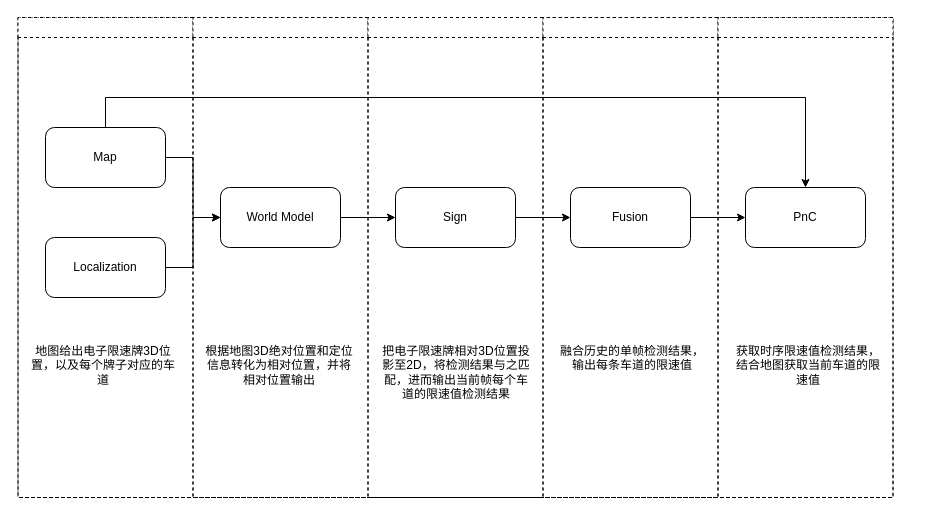
liziken/liziken.github.io keeps this draw.io diagram as electronic_sign.drawio. Above is the earlier version. Source tidied: cells renumbered, new cells numbered last; positions are measured from the earlier drawing's top-left corner, leaving out a move shared by most shapes. Both pictures are drawn from the tidied source at 100%, with x=0, y=0 at pixel (17, 17).
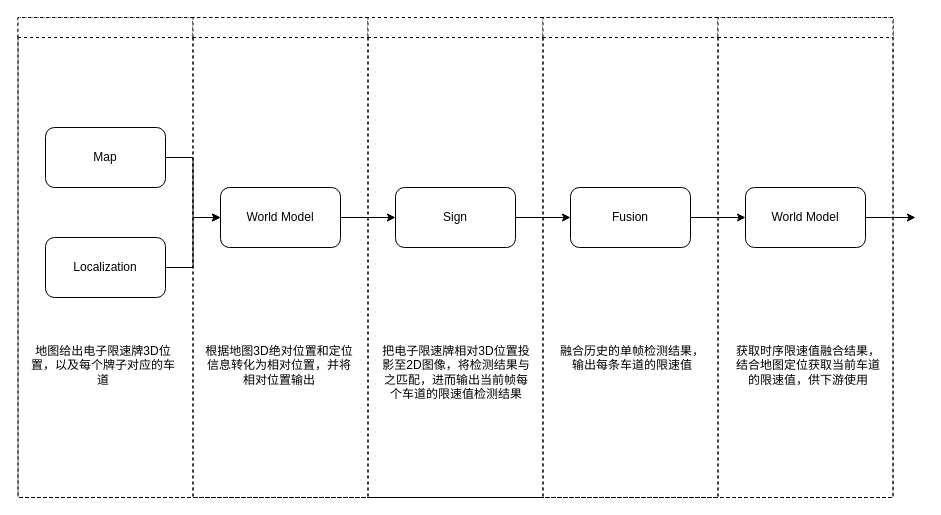
The same page after the edit.

Unchanged cells that the change refers to:
```xml
<mxCell id="4" value="Map" style="rounded=1;whiteSpace=wrap;html=1;" parent="1" vertex="1">
  <mxGeometry x="28" y="110" width="120" height="60" as="geometry" />
</mxCell>
<mxCell id="19" style="swimlane;html=1;startSize=20;dashed=1;" parent="14" vertex="1">
  <mxGeometry x="350" width="175" height="480" as="geometry" />
</mxCell>
<mxCell id="23" style="swimlane;html=1;startSize=20;dashed=1;" parent="14" vertex="1">
  <mxGeometry x="700" width="175" height="480" as="geometry" />
</mxCell>
```

What changed in the source:
```diff
@@
-    <mxCell id="3" style="edgeStyle=orthogonalEdgeStyle;rounded=0;jettySize=auto;html=1;entryX=0.5;entryY=0;entryDx=0;entryDy=0;" parent="1" edge="1" source="4" target="13">
-      <mxGeometry relative="1" as="geometry">
-        <Array as="points">
-          <mxPoint x="88" y="80" />
-          <mxPoint x="788" y="80" />
-        </Array>
-      </mxGeometry>
-    </mxCell>
@@
+    <mxCell id="25" style="edgeStyle=orthogonalEdgeStyle;rounded=0;jettySize=auto;html=1;" parent="1" edge="1" source="13">
+      <mxGeometry relative="1" as="geometry">
+        <mxPoint x="898" y="200" as="targetPoint" />
+      </mxGeometry>
+    </mxCell>
-    <mxCell id="13" value="PnC" style="rounded=1;whiteSpace=wrap;html=1;" parent="1" vertex="1">
+    <mxCell id="13" value="World Model" style="rounded=1;whiteSpace=wrap;html=1;" parent="1" vertex="1">
       <mxGeometry x="728" y="170" width="120" height="60" as="geometry" />
     </mxCell>
@@
-    <mxCell id="20" value="把电子限速牌相对3D位置投影至2D，将检测结果与之匹配，进而输出当前帧每个车道的限速值检测结果" style="text;html=1;align=center;verticalAlign=top;whiteSpace=wrap;rounded=0;dashed=1;" parent="19" vertex="1">
+    <mxCell id="20" value="把电子限速牌相对3D位置投影至2D图像，将检测结果与之匹配，进而输出当前帧每个车道的限速值检测结果" style="text;html=1;align=center;verticalAlign=top;whiteSpace=wrap;rounded=0;dashed=1;" parent="19" vertex="1">
       <mxGeometry x="13" y="320" width="150" height="140" as="geometry" />
     </mxCell>
@@
-    <mxCell id="24" value="获取时序限速值检测结果，结合地图获取当前车道的限速值" style="text;html=1;align=center;verticalAlign=top;whiteSpace=wrap;rounded=0;dashed=1;" parent="23" vertex="1">
+    <mxCell id="24" value="获取时序限速值融合结果，结合地图定位获取当前车道的限速值，供下游使用" style="text;html=1;align=center;verticalAlign=top;whiteSpace=wrap;rounded=0;dashed=1;" parent="23" vertex="1">
       <mxGeometry x="15" y="320" width="150" height="140" as="geometry" />
     </mxCell>
```
